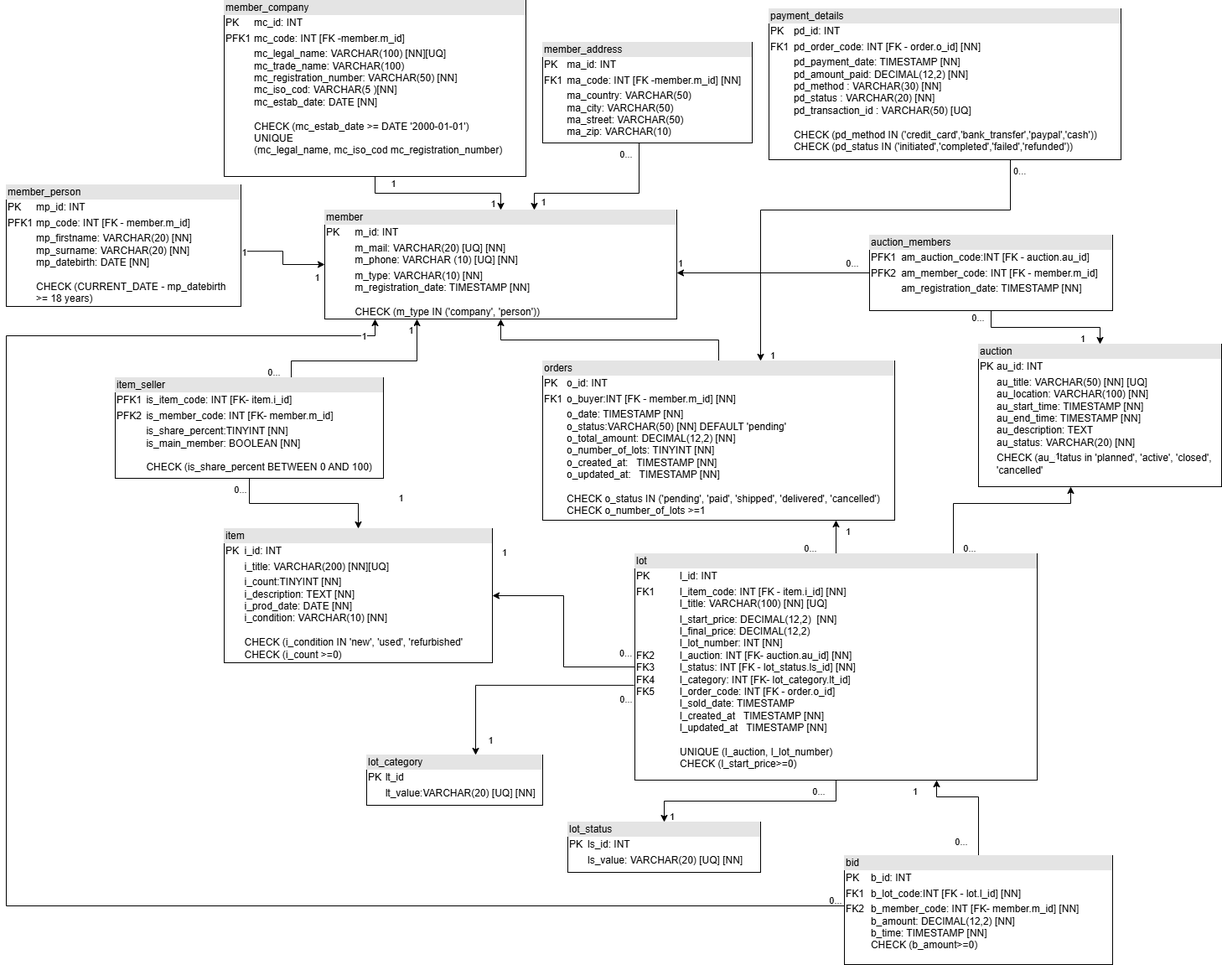
This is DB_Name_Surname_HW_Auction_House_diagram_upd.png from NatalyHomon/AU25_Nataliia_Homon, a draw.io export, as it was before one commit. Source tidied: cells renumbered, new cells last; positions are measured from the earlier drawing's top-left corner, leaving out a move shared by most shapes.
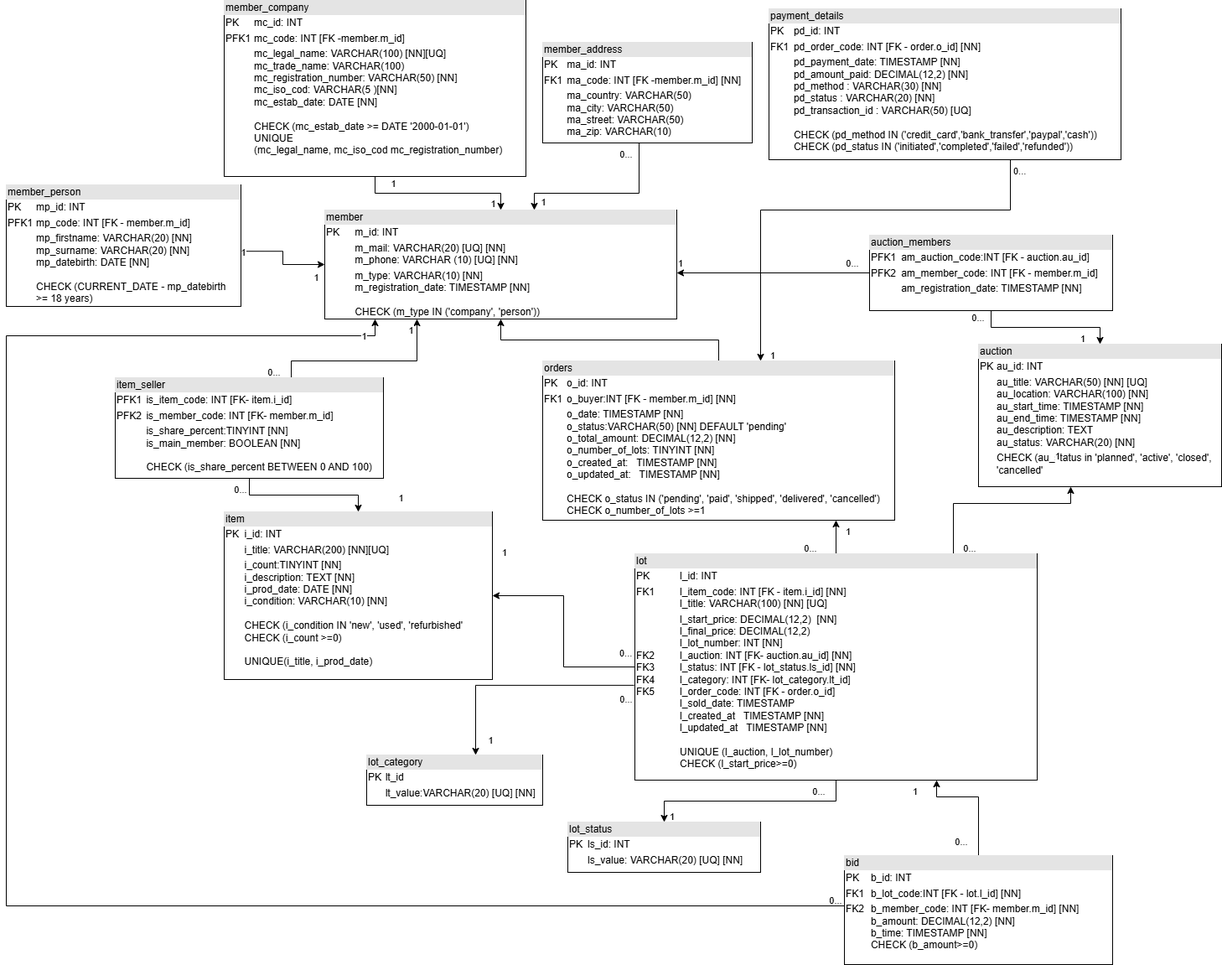
Above is the later version.

Commit message:
corrected errors

The edit, as a diff of the source:
```diff
@@ -43,8 +43,8 @@
         </Array>
       </mxGeometry>
     </mxCell>
-    <mxCell id="12" value="&lt;div style=&quot;box-sizing: border-box; width: 100%; background: rgb(228, 228, 228); padding: 2px;&quot;&gt;item&lt;/div&gt;&lt;table style=&quot;width:100%;font-size:1em;&quot; cellpadding=&quot;2&quot; cellspacing=&quot;0&quot;&gt;&lt;tbody&gt;&lt;tr&gt;&lt;td&gt;PK&lt;/td&gt;&lt;td&gt;i_id: INT&lt;/td&gt;&lt;/tr&gt;&lt;tr&gt;&lt;td&gt;&lt;br&gt;&lt;/td&gt;&lt;td&gt;i_title: VARCHAR(200) [NN][UQ]&lt;/td&gt;&lt;/tr&gt;&lt;tr&gt;&lt;td&gt;&lt;br&gt;&lt;br&gt;&lt;br&gt;&lt;br&gt;&lt;br&gt;&lt;/td&gt;&lt;td&gt;i_count:TINYINT [NN]&lt;br&gt;i_description: TEXT [NN]&lt;br&gt;i_prod_date: DATE [NN]&lt;br&gt;i_condition: VARCHAR(10) [NN]&lt;br&gt;&lt;br&gt;CHECK (i_condition IN 'new', 'used', 'refurbished'&lt;br&gt;CHECK (i_count &amp;gt;=0)&lt;br&gt;&lt;br&gt;&lt;br&gt;&lt;/td&gt;&lt;/tr&gt;&lt;/tbody&gt;&lt;/table&gt;" style="verticalAlign=top;align=left;overflow=fill;html=1;whiteSpace=wrap;" parent="1" vertex="1">
-      <mxGeometry x="260" y="630" width="320" height="160" as="geometry" />
+    <mxCell id="12" value="&lt;div style=&quot;box-sizing: border-box; width: 100%; background: rgb(228, 228, 228); padding: 2px;&quot;&gt;item&lt;/div&gt;&lt;table style=&quot;width:100%;font-size:1em;&quot; cellpadding=&quot;2&quot; cellspacing=&quot;0&quot;&gt;&lt;tbody&gt;&lt;tr&gt;&lt;td&gt;PK&lt;/td&gt;&lt;td&gt;i_id: INT&lt;/td&gt;&lt;/tr&gt;&lt;tr&gt;&lt;td&gt;&lt;br&gt;&lt;/td&gt;&lt;td&gt;i_title: VARCHAR(200) [NN][UQ]&lt;/td&gt;&lt;/tr&gt;&lt;tr&gt;&lt;td&gt;&lt;br&gt;&lt;br&gt;&lt;br&gt;&lt;br&gt;&lt;br&gt;&lt;/td&gt;&lt;td&gt;i_count:TINYINT [NN]&lt;br&gt;i_description: TEXT [NN]&lt;br&gt;i_prod_date: DATE [NN]&lt;br&gt;i_condition: VARCHAR(10) [NN]&lt;br&gt;&lt;br&gt;CHECK (i_condition IN 'new', 'used', 'refurbished'&lt;br&gt;CHECK (i_count &amp;gt;=0)&lt;br&gt;&lt;br&gt;UNIQUE(i_title, i_prod_date)&lt;br&gt;&lt;br&gt;&lt;br&gt;&lt;/td&gt;&lt;/tr&gt;&lt;/tbody&gt;&lt;/table&gt;" style="verticalAlign=top;align=left;overflow=fill;html=1;whiteSpace=wrap;" parent="1" vertex="1">
+      <mxGeometry x="260" y="610" width="320" height="200" as="geometry" />
     </mxCell>
     <mxCell id="13" value="&lt;div style=&quot;box-sizing: border-box; width: 100%; background: rgb(228, 228, 228); padding: 2px;&quot;&gt;lot_category&lt;/div&gt;&lt;table style=&quot;width:100%;font-size:1em;&quot; cellpadding=&quot;2&quot; cellspacing=&quot;0&quot;&gt;&lt;tbody&gt;&lt;tr&gt;&lt;td&gt;PK&lt;/td&gt;&lt;td&gt;lt_id&lt;/td&gt;&lt;/tr&gt;&lt;tr&gt;&lt;td&gt;&lt;br&gt;&lt;/td&gt;&lt;td&gt;lt_value:VARCHAR(20) [UQ] [NN]&lt;/td&gt;&lt;/tr&gt;&lt;tr&gt;&lt;td&gt;&lt;/td&gt;&lt;td&gt;&lt;br&gt;&lt;/td&gt;&lt;/tr&gt;&lt;/tbody&gt;&lt;/table&gt;" style="verticalAlign=top;align=left;overflow=fill;html=1;whiteSpace=wrap;" parent="1" vertex="1">
       <mxGeometry x="430" y="900" width="210" height="60" as="geometry" />
```
